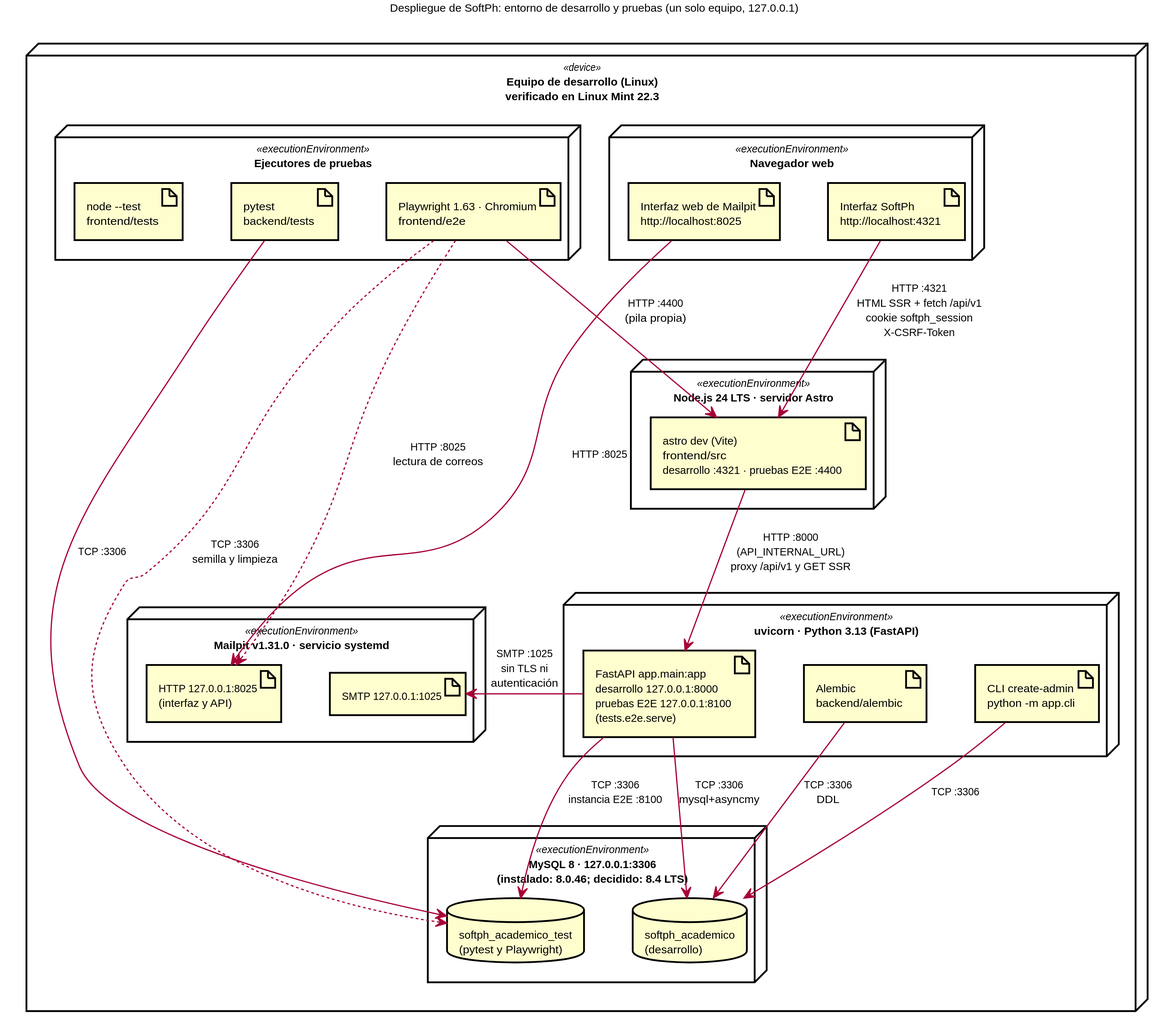
Above: docs/entrega-objetivos/arquitectura/despliegue.svg in yilberDev/SoftPh-Academico (PlantUML), before the change. The source it was exported from:
```plantuml
@startuml
skinparam dpi 300
skinparam shadowing false
skinparam defaultFontName Helvetica
skinparam defaultFontSize 9
skinparam nodesep 40
skinparam ranksep 55
top to bottom direction

title Despliegue de SoftPh: entorno de desarrollo y pruebas (un solo equipo, 127.0.0.1)

node "Equipo de desarrollo (Linux)\nverificado en Linux Mint 22.3" <<device>> as host {

  node "Navegador web" <<executionEnvironment>> as browser {
    artifact "Interfaz SoftPh\nhttp://localhost:4321" as ui
    artifact "Interfaz web de Mailpit\nhttp://localhost:8025" as mailui
  }

  node "Ejecutores de pruebas" <<executionEnvironment>> as runners {
    artifact "pytest\nbackend/tests" as pytest
    artifact "Playwright 1.63 · Chromium\nfrontend/e2e" as playwright
    artifact "node --test\nfrontend/tests" as nodetest
  }

  node "Node.js 24 LTS · servidor Astro" <<executionEnvironment>> as astro {
    artifact "astro dev (Vite)\nfrontend/src\ndesarrollo :4321 · pruebas E2E :4400" as astroapp
  }

  node "uvicorn · Python 3.13 (FastAPI)" <<executionEnvironment>> as uvicorn {
    artifact "FastAPI app.main:app\ndesarrollo 127.0.0.1:8000\npruebas E2E 127.0.0.1:8100\n(tests.e2e.serve)" as api
    artifact "Alembic\nbackend/alembic" as alembic
    artifact "CLI create-admin\npython -m app.cli" as cli
  }

  node "MySQL 8 · 127.0.0.1:3306\n(instalado: 8.0.46; decidido: 8.4 LTS)" <<executionEnvironment>> as mysql {
    database "softph_academico\n(desarrollo)" as devdb
    database "softph_academico_test\n(pytest y Playwright)" as testdb
  }

  node "Mailpit v1.31.0 · servicio systemd" <<executionEnvironment>> as mailpit {
    artifact "SMTP 127.0.0.1:1025" as smtp
    artifact "HTTP 127.0.0.1:8025\n(interfaz y API)" as mailhttp
  }
}

ui --> astroapp : "HTTP :4321\nHTML SSR + fetch /api/v1\ncookie softph_session\nX-CSRF-Token"
playwright --> astroapp : "HTTP :4400\n(pila propia)"
astroapp --> api : "HTTP :8000\n(API_INTERNAL_URL)\nproxy /api/v1 y GET SSR"
api -right-> smtp : "SMTP :1025\nsin TLS ni\nautenticación"
mailui --> mailhttp : "HTTP :8025"
playwright ..> mailhttp : "HTTP :8025\nlectura de correos"
api --> devdb : "TCP :3306\nmysql+asyncmy"
api --> testdb : "TCP :3306\ninstancia E2E :8100"
alembic --> devdb : "TCP :3306\nDDL"
cli --> devdb : "TCP :3306"
pytest --> testdb : "TCP :3306"
playwright ..> testdb : "TCP :3306\nsemilla y limpieza"
@enduml
```
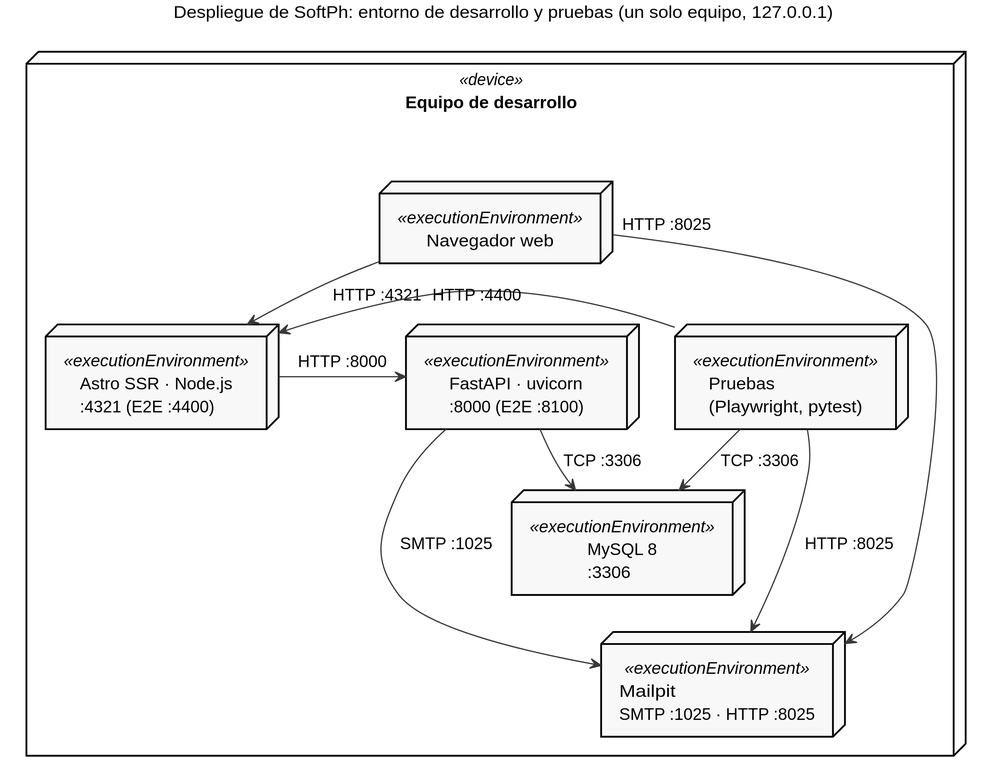
After the commit.

What changed in the source:
```diff
@@ -1,58 +1,33 @@
 @startuml
 skinparam dpi 300
+skinparam monochrome true
+skinparam backgroundColor white
 skinparam shadowing false
 skinparam defaultFontName Helvetica
-skinparam defaultFontSize 9
-skinparam nodesep 40
-skinparam ranksep 55
+skinparam defaultFontSize 14
+skinparam nodesep 30
+skinparam ranksep 30
 top to bottom direction
 
 title Despliegue de SoftPh: entorno de desarrollo y pruebas (un solo equipo, 127.0.0.1)
 
-node "Equipo de desarrollo (Linux)\nverificado en Linux Mint 22.3" <<device>> as host {
-
-  node "Navegador web" <<executionEnvironment>> as browser {
-    artifact "Interfaz SoftPh\nhttp://localhost:4321" as ui
-    artifact "Interfaz web de Mailpit\nhttp://localhost:8025" as mailui
-  }
-
-  node "Ejecutores de pruebas" <<executionEnvironment>> as runners {
-    artifact "pytest\nbackend/tests" as pytest
-    artifact "Playwright 1.63 · Chromium\nfrontend/e2e" as playwright
-    artifact "node --test\nfrontend/tests" as nodetest
-  }
-
-  node "Node.js 24 LTS · servidor Astro" <<executionEnvironment>> as astro {
-    artifact "astro dev (Vite)\nfrontend/src\ndesarrollo :4321 · pruebas E2E :4400" as astroapp
-  }
-
-  node "uvicorn · Python 3.13 (FastAPI)" <<executionEnvironment>> as uvicorn {
-    artifact "FastAPI app.main:app\ndesarrollo 127.0.0.1:8000\npruebas E2E 127.0.0.1:8100\n(tests.e2e.serve)" as api
-    artifact "Alembic\nbackend/alembic" as alembic
-    artifact "CLI create-admin\npython -m app.cli" as cli
-  }
-
-  node "MySQL 8 · 127.0.0.1:3306\n(instalado: 8.0.46; decidido: 8.4 LTS)" <<executionEnvironment>> as mysql {
-    database "softph_academico\n(desarrollo)" as devdb
-    database "softph_academico_test\n(pytest y Playwright)" as testdb
-  }
-
-  node "Mailpit v1.31.0 · servicio systemd" <<executionEnvironment>> as mailpit {
-    artifact "SMTP 127.0.0.1:1025" as smtp
-    artifact "HTTP 127.0.0.1:8025\n(interfaz y API)" as mailhttp
-  }
+node "Equipo de desarrollo" <<device>> as host {
+  node "Navegador web" <<executionEnvironment>> as browser
+  node "Astro SSR · Node.js\n:4321 (E2E :4400)" <<executionEnvironment>> as astro
+  node "FastAPI · uvicorn\n:8000 (E2E :8100)" <<executionEnvironment>> as uvicorn
+  node "Pruebas\n(Playwright, pytest)" <<executionEnvironment>> as runners
+  node "MySQL 8\n:3306" <<executionEnvironment>> as mysql
+  node "Mailpit\nSMTP :1025 · HTTP :8025" <<executionEnvironment>> as mailpit
 }
 
-ui --> astroapp : "HTTP :4321\nHTML SSR + fetch /api/v1\ncookie softph_session\nX-CSRF-Token"
-playwright --> astroapp : "HTTP :4400\n(pila propia)"
-astroapp --> api : "HTTP :8000\n(API_INTERNAL_URL)\nproxy /api/v1 y GET SSR"
-api -right-> smtp : "SMTP :1025\nsin TLS ni\nautenticación"
-mailui --> mailhttp : "HTTP :8025"
-playwright ..> mailhttp : "HTTP :8025\nlectura de correos"
-api --> devdb : "TCP :3306\nmysql+asyncmy"
-api --> testdb : "TCP :3306\ninstancia E2E :8100"
-alembic --> devdb : "TCP :3306\nDDL"
-cli --> devdb : "TCP :3306"
-pytest --> testdb : "TCP :3306"
-playwright ..> testdb : "TCP :3306\nsemilla y limpieza"
+browser -down-> astro : "HTTP :4321"
+astro -right-> uvicorn : "HTTP :8000"
+runners -left-> astro : "HTTP :4400"
+runners -down-> mysql : "TCP :3306"
+runners -down-> mailpit : "HTTP :8025"
+uvicorn -down-> mysql : "TCP :3306"
+uvicorn -down-> mailpit : "SMTP :1025"
+browser "HTTP :8025" -down-> mailpit
+uvicorn -[hidden]right-> runners
+mysql -[hidden]down-> mailpit
 @enduml
```
